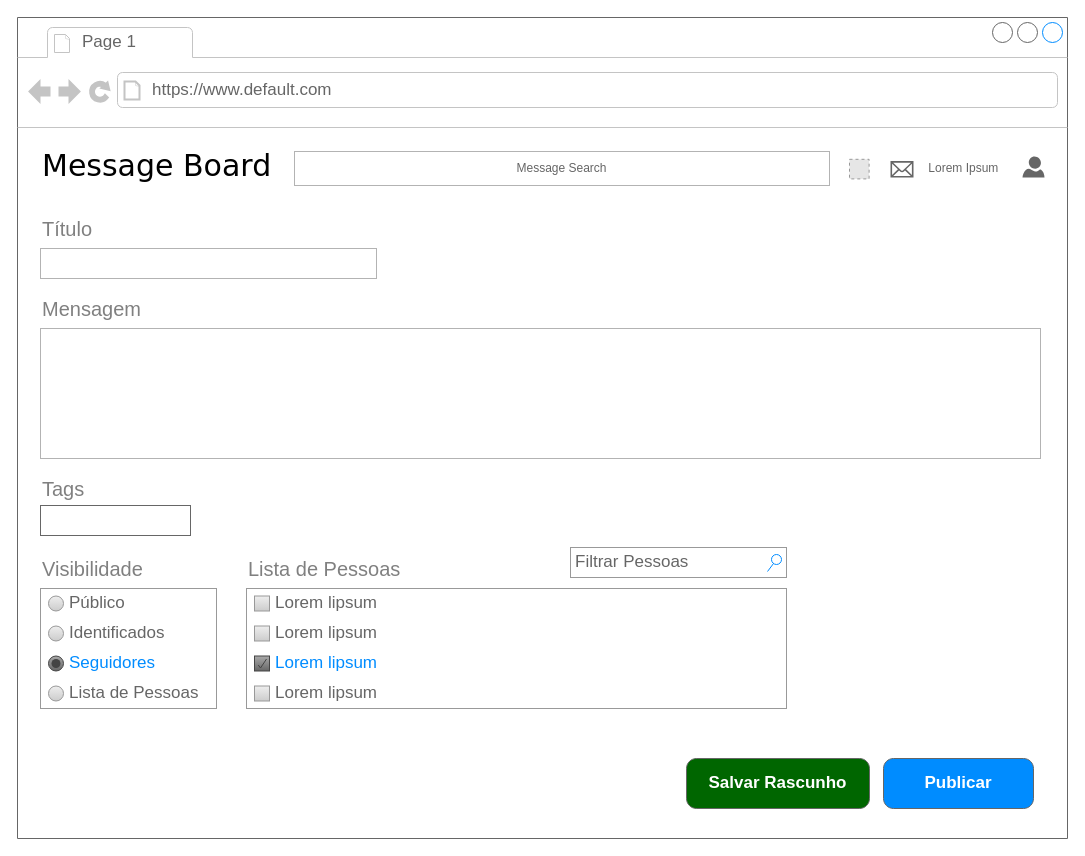
Before: page "new-post" (5 of 6) of wireframe/messageboard.drawio in johnywalves/message-board-frontend, a draw.io diagram. Source tidied: cells renumbered, new cells numbered last; positions are measured from the earlier drawing's top-left corner, leaving out a move shared by most shapes. Both pictures are drawn from the tidied source at 100%, with x=0, y=0 at pixel (17, 17). Pictures stored in the file or linked from it are replaced by grey dashed boxes.
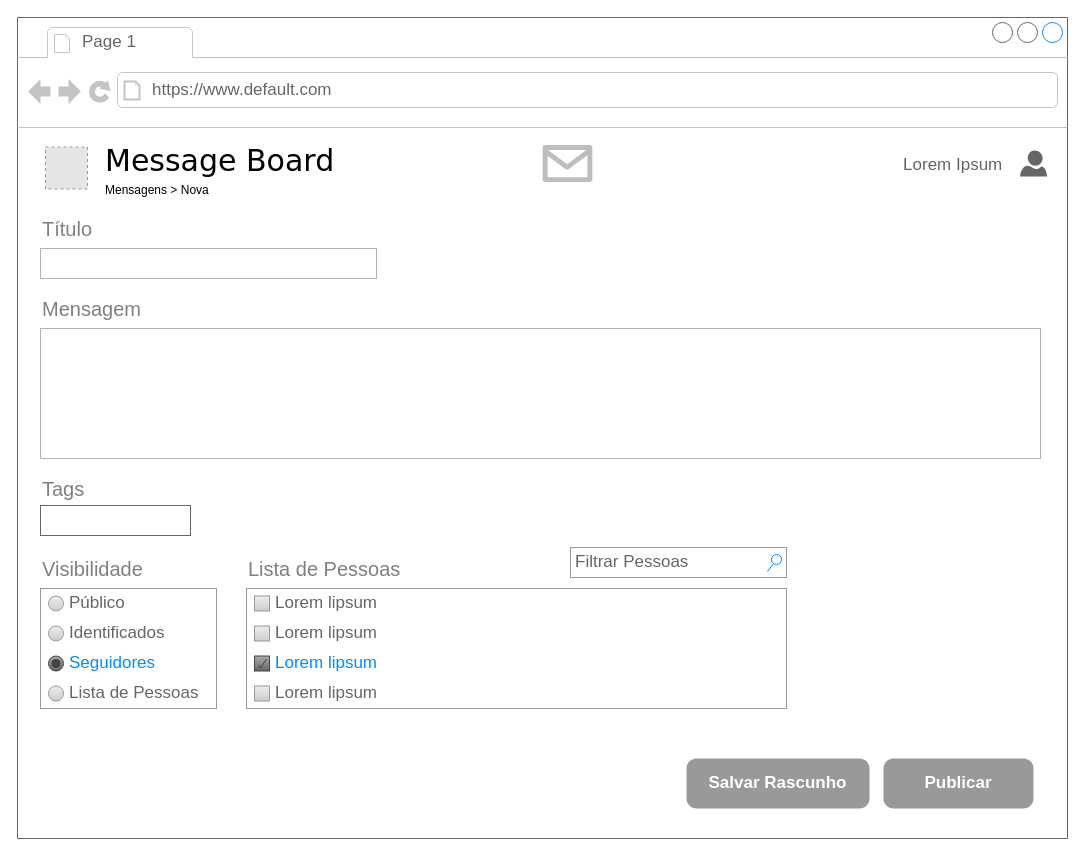
After the change.

What changed in the source:
```diff
@@
-    <mxCell id="5" style="group;" parent="1" vertex="1">
-      <mxGeometry x="23" y="128" width="1004" height="45.7" as="geometry" />
-    </mxCell>
-    <mxCell id="6" value="Message Board" style="text;html=1;align=left;verticalAlign=top;spacingTop=-4;fontSize=30;fontFamily=Verdana;fontColor=#000000;" parent="5" vertex="1">
-      <mxGeometry width="340" height="45.7" as="geometry" />
-    </mxCell>
-    <mxCell id="7" style="fillColor=#E6E6E6;strokeColor=#999999;dashed=1;html=1;verticalAlign=top;verticalLabelPosition=bottom;labelBackgroundColor=#ffffff;fontColor=#666666;" parent="5" vertex="1">
-      <mxGeometry x="809" y="13.8" width="19.6" height="19.6" as="geometry" />
-    </mxCell>
-    <mxCell id="8" style="shape=mxgraph.signs.tech.mail;html=1;fillColor=#666666;strokeColor=none;verticalLabelPosition=bottom;verticalAlign=top;align=center;" parent="5" vertex="1">
-      <mxGeometry x="850" y="15.6" width="23" height="16.5" as="geometry" />
-    </mxCell>
-    <mxCell id="9" style="shadow=0;dashed=0;html=1;strokeColor=none;labelPosition=center;verticalLabelPosition=bottom;verticalAlign=top;align=center;shape=mxgraph.azure.user;fillColor=#666666;" parent="5" vertex="1">
-      <mxGeometry x="982" y="11" width="22" height="21" as="geometry" />
-    </mxCell>
-    <mxCell id="10" value="&lt;span&gt;Lorem Ipsum&amp;nbsp;&lt;/span&gt;" style="text;html=1;strokeColor=none;fillColor=none;align=center;verticalAlign=middle;whiteSpace=wrap;rounded=0;fontColor=#666666;" parent="5" vertex="1">
-      <mxGeometry x="880" y="13.8" width="90" height="18.3" as="geometry" />
-    </mxCell>
-    <mxCell id="11" value="Message Search" style="rounded=0;whiteSpace=wrap;html=1;fontColor=#666666;strokeColor=#B3B3B3;" parent="5" vertex="1">
-      <mxGeometry x="254" y="6" width="535" height="34" as="geometry" />
-    </mxCell>
@@
-    <mxCell id="32" value="Publicar" style="strokeWidth=1;shadow=0;dashed=0;align=center;html=1;shape=mxgraph.mockup.buttons.button;strokeColor=#666666;fontColor=#ffffff;mainText=;buttonStyle=round;fontSize=17;fontStyle=1;fillColor=#008cff;whiteSpace=wrap;" parent="1" vertex="1">
+    <mxCell id="32" value="Publicar" style="strokeWidth=1;shadow=0;dashed=0;align=center;html=1;shape=mxgraph.mockup.buttons.button;strokeColor=none;fontColor=#ffffff;mainText=;buttonStyle=round;fontSize=17;fontStyle=1;fillColor=#999999;whiteSpace=wrap;" parent="1" vertex="1">
       <mxGeometry x="866" y="741" width="150" height="50" as="geometry" />
     </mxCell>
-    <mxCell id="33" value="Salvar Rascunho" style="strokeWidth=1;shadow=0;dashed=0;align=center;html=1;shape=mxgraph.mockup.buttons.button;strokeColor=#666666;fontColor=#ffffff;mainText=;buttonStyle=round;fontSize=17;fontStyle=1;fillColor=#006600;whiteSpace=wrap;" parent="1" vertex="1">
+    <mxCell id="33" value="Salvar Rascunho" style="strokeWidth=1;shadow=0;dashed=0;align=center;html=1;shape=mxgraph.mockup.buttons.button;strokeColor=none;fontColor=#ffffff;mainText=;buttonStyle=round;fontSize=17;fontStyle=1;fillColor=#999999;whiteSpace=wrap;" parent="1" vertex="1">
       <mxGeometry x="669" y="741" width="183" height="50" as="geometry" />
     </mxCell>
+    <mxCell id="6" value="Message Board" style="text;html=1;align=left;verticalAlign=top;spacingTop=-4;fontSize=30;fontFamily=Verdana;fontColor=#000000;" parent="1" vertex="1">
+      <mxGeometry x="86" y="123" width="237" height="46" as="geometry" />
+    </mxCell>
+    <mxCell id="34" value="Mensagens &amp;gt; Nova" style="text;html=1;strokeColor=none;fillColor=none;align=left;verticalAlign=middle;whiteSpace=wrap;rounded=0;" parent="1" vertex="1">
+      <mxGeometry x="86" y="163" width="217" height="20" as="geometry" />
+    </mxCell>
+    <mxCell id="10" value="&lt;span style=&quot;font-size: 17px;&quot;&gt;Lorem Ipsum&amp;nbsp;&lt;/span&gt;" style="text;html=1;strokeColor=none;fillColor=none;align=right;verticalAlign=middle;whiteSpace=wrap;rounded=0;fontColor=#666666;fontSize=17;" parent="1" vertex="1">
+      <mxGeometry x="852" y="139" width="140" height="18" as="geometry" />
+    </mxCell>
+    <mxCell id="35" style="shadow=0;dashed=0;html=1;strokeColor=none;labelPosition=center;verticalLabelPosition=bottom;verticalAlign=top;align=center;shape=mxgraph.azure.user;fillColor=#666666;" parent="1" vertex="1">
+      <mxGeometry x="1002.5" y="133" width="27" height="26" as="geometry" />
+    </mxCell>
+    <mxCell id="36" style="fillColor=#E6E6E6;strokeColor=#999999;dashed=1;html=1;verticalAlign=top;verticalLabelPosition=bottom;labelBackgroundColor=none;align=right;fontColor=#999999;" parent="1" vertex="1">
+      <mxGeometry x="28" y="129.5" width="42" height="42" as="geometry" />
+    </mxCell>
+    <mxCell id="37" style="shadow=0;dashed=0;html=1;strokeColor=none;labelPosition=center;verticalLabelPosition=bottom;verticalAlign=top;align=center;shape=mxgraph.azure.message;fillColor=#7D7D7D;" parent="1" vertex="1">
+      <mxGeometry x="525" y="127.5" width="50" height="37" as="geometry" />
+    </mxCell>
```
